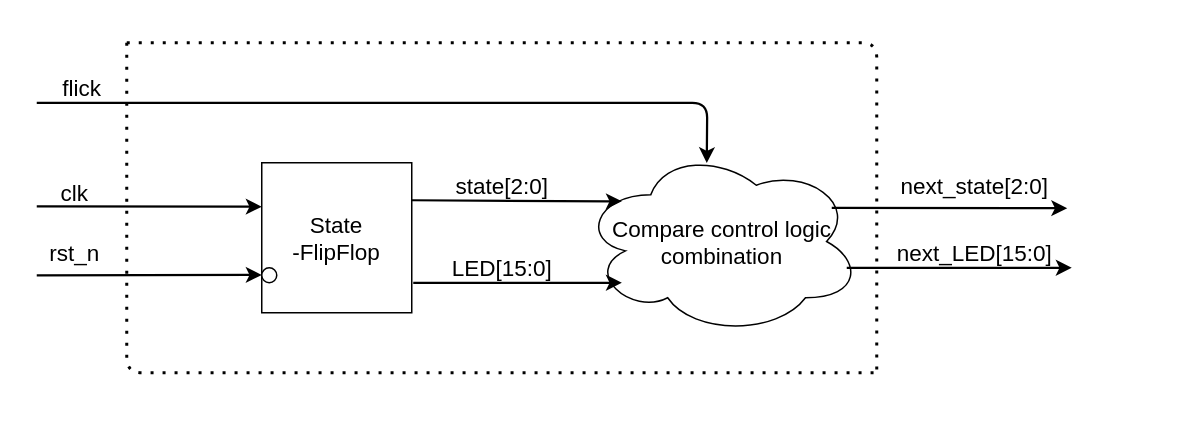
This is Untitled Diagram.drawio from datdonguyen99/demoGit, a draw.io file, before an edit. Source tidied: cells renumbered, new cells numbered last; positions are measured from the earlier drawing's top-left corner, leaving out a move shared by most shapes. Both pictures are drawn from the tidied source at 150%, with x=0, y=0 at pixel (36, 42).
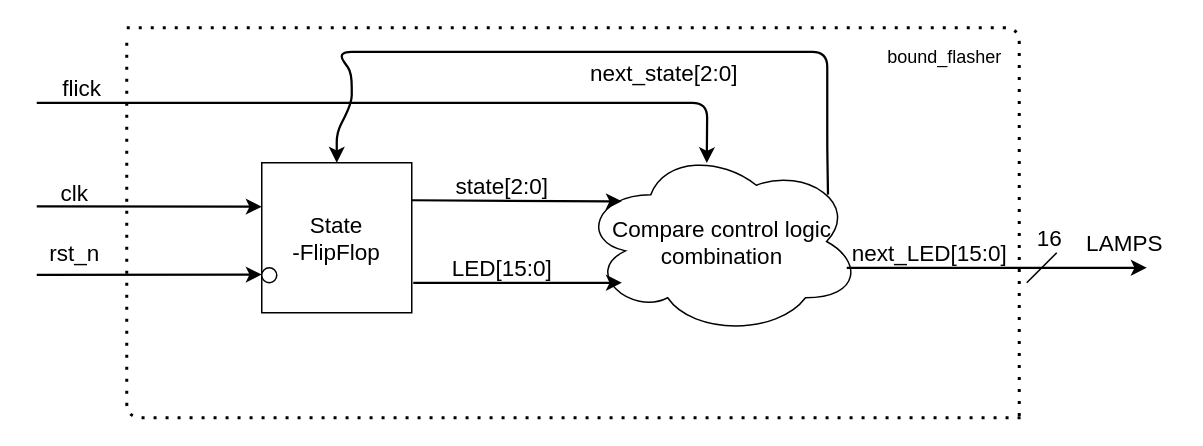
The same diagram, later.

Unchanged cells that the change refers to:
```xml
<mxCell id="2" value="&lt;font style=&quot;font-size: 15px&quot;&gt;Compare control logic combination&lt;/font&gt;" style="ellipse;shape=cloud;whiteSpace=wrap;html=1;" parent="1" vertex="1">
  <mxGeometry x="362.5" y="70" width="187.5" height="125" as="geometry" />
</mxCell>
<mxCell id="3" value="&lt;font style=&quot;font-size: 15px&quot;&gt;State&lt;br&gt;-FlipFlop&lt;/font&gt;" style="whiteSpace=wrap;html=1;" parent="1" vertex="1">
  <mxGeometry x="150" y="80" width="100" height="100" as="geometry" />
</mxCell>
```

What changed in the source:
```diff
@@
     <mxCell id="13" style="endArrow=classic;html=1;strokeWidth=1.5;entryX=0.183;entryY=0.848;entryDx=0;entryDy=0;entryPerimeter=0;" parent="1" edge="1">
       <mxGeometry relative="1" as="geometry">
-        <mxPoint y="155" as="sourcePoint" />
-        <mxPoint x="150" y="154.8" as="targetPoint" />
+        <mxPoint y="154.7" as="sourcePoint" />
+        <mxPoint x="150" y="154.5" as="targetPoint" />
       </mxGeometry>
     </mxCell>
@@
-    <mxCell id="15" style="endArrow=classic;html=1;strokeWidth=1.5;entryX=0.183;entryY=0.848;entryDx=0;entryDy=0;entryPerimeter=0;" parent="1" edge="1">
+    <mxCell id="15" style="endArrow=classic;html=1;strokeWidth=1.5;entryX=0.5;entryY=0;entryDx=0;entryDy=0;exitX=0.88;exitY=0.25;exitDx=0;exitDy=0;exitPerimeter=0;" parent="1" edge="1" source="2" target="3">
       <mxGeometry relative="1" as="geometry">
-        <mxPoint x="530" y="110" as="sourcePoint" />
-        <mxPoint x="687" y="110.3" as="targetPoint" />
+        <Array as="points">
+          <mxPoint x="527" y="70" />
+          <mxPoint x="527" y="6" />
+          <mxPoint x="200" y="6" />
+          <mxPoint x="210" y="20" />
+          <mxPoint x="210" y="40" />
+          <mxPoint x="200" y="60" />
+        </Array>
       </mxGeometry>
     </mxCell>
     <mxCell id="16" value="&lt;font style=&quot;font-size: 15px&quot;&gt;next_LED[15:0]&lt;/font&gt;" style="text;html=1;align=center;verticalAlign=middle;strokeColor=none;" parent="1" vertex="1">
-      <mxGeometry x="565" y="130" width="120" height="20" as="geometry" />
+      <mxGeometry x="535" y="130" width="120" height="20" as="geometry" />
     </mxCell>
     <mxCell id="17" style="endArrow=classic;html=1;strokeWidth=1.5;" parent="1" edge="1">
       <mxGeometry relative="1" as="geometry">
         <mxPoint x="540" y="150" as="sourcePoint" />
-        <mxPoint x="690" y="150" as="targetPoint" />
+        <mxPoint x="740" y="150" as="targetPoint" />
       </mxGeometry>
     </mxCell>
     <mxCell id="18" value="&lt;font style=&quot;font-size: 15px&quot;&gt;next_state[2:0]&lt;/font&gt;" style="text;html=1;align=center;verticalAlign=middle;strokeColor=none;" parent="1" vertex="1">
-      <mxGeometry x="570" y="85" width="110" height="20" as="geometry" />
+      <mxGeometry x="362.5" y="10" width="110" height="20" as="geometry" />
     </mxCell>
     <mxCell id="19" style="endArrow=none;dashed=1;html=1;dashPattern=1 3;strokeWidth=2;" parent="1" edge="1">
       <mxGeometry relative="1" as="geometry">
         <mxPoint x="60" as="sourcePoint" />
-        <mxPoint x="560" y="220" as="targetPoint" />
+        <mxPoint x="660" y="250" as="targetPoint" />
         <Array as="points">
-          <mxPoint x="60" y="220" />
+          <mxPoint x="60" y="250" />
         </Array>
       </mxGeometry>
     </mxCell>
     <mxCell id="20" style="endArrow=none;dashed=1;html=1;dashPattern=1 3;strokeWidth=2;" parent="1" edge="1">
       <mxGeometry relative="1" as="geometry">
-        <mxPoint x="60" as="sourcePoint" />
-        <mxPoint x="560" y="220" as="targetPoint" />
+        <mxPoint x="60" y="-10" as="sourcePoint" />
+        <mxPoint x="655" y="250" as="targetPoint" />
         <Array as="points">
-          <mxPoint x="560" />
+          <mxPoint x="655" y="-10" />
         </Array>
       </mxGeometry>
     </mxCell>
+    <mxCell id="21" value="bound_flasher" style="text;html=1;align=center;verticalAlign=middle;strokeColor=none;" parent="1" vertex="1">
+      <mxGeometry x="560" width="90" height="20" as="geometry" />
+    </mxCell>
+    <mxCell id="22" value="&lt;font style=&quot;font-size: 15px&quot;&gt;LAMPS&lt;/font&gt;" style="text;html=1;align=center;verticalAlign=middle;strokeColor=none;" parent="1" vertex="1">
+      <mxGeometry x="690" y="122.5" width="70" height="20" as="geometry" />
+    </mxCell>
+    <mxCell id="23" style="endArrow=none;html=1;" parent="1" edge="1">
+      <mxGeometry relative="1" as="geometry">
+        <mxPoint x="660" y="160" as="sourcePoint" />
+        <mxPoint x="680" y="140" as="targetPoint" />
+      </mxGeometry>
+    </mxCell>
+    <mxCell id="24" value="&lt;font style=&quot;font-size: 15px&quot;&gt;16&lt;/font&gt;" style="text;html=1;align=center;verticalAlign=middle;strokeColor=none;" parent="1" vertex="1">
+      <mxGeometry x="660" y="120" width="30" height="20" as="geometry" />
+    </mxCell>
```
